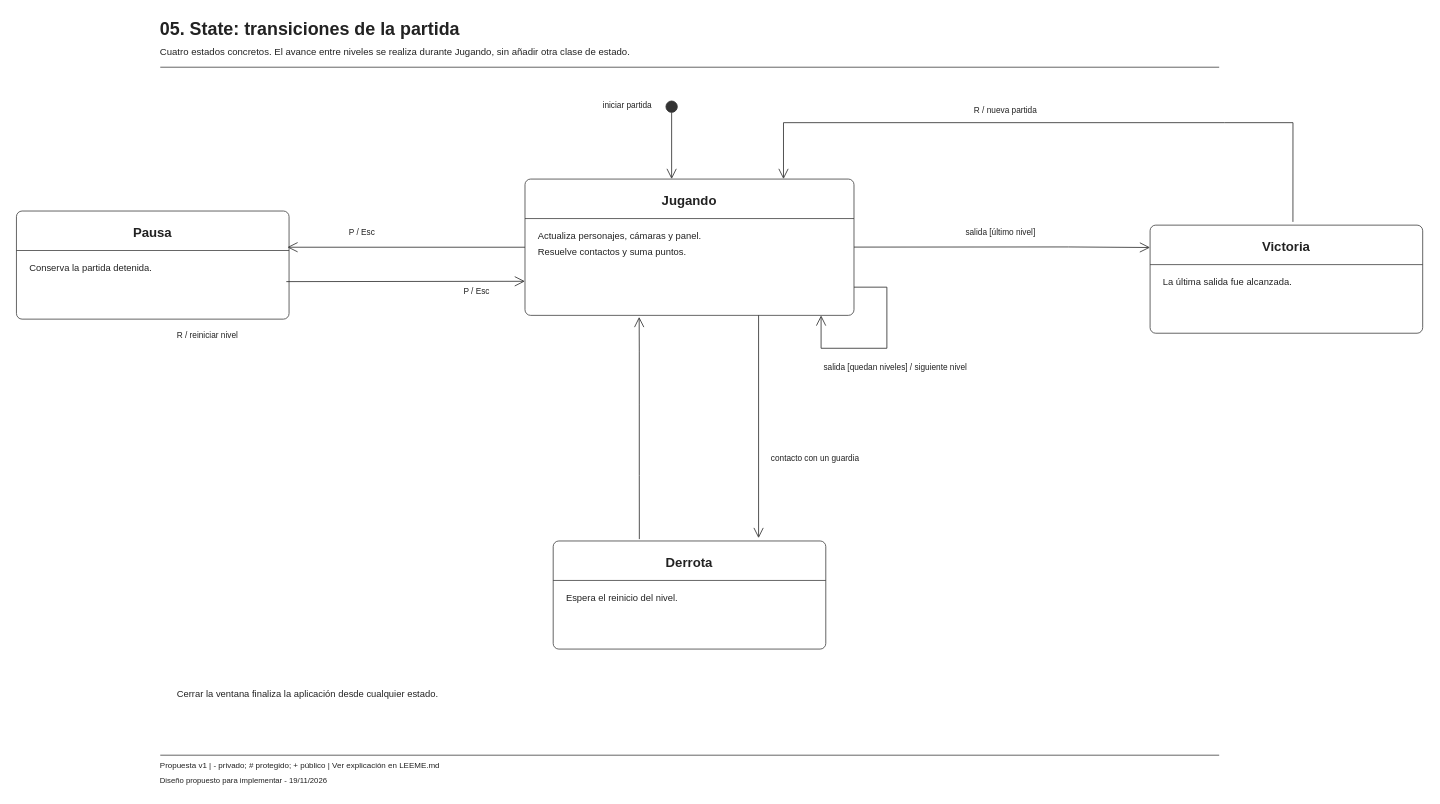
Earlier version of the draw.io diagram diagramas_uml/drawio/05_state_transiciones.drawio (JhosFcL/FugaPrision). Source tidied: cells renumbered, new cells numbered last; positions are measured from the earlier drawing's top-left corner, leaving out a move shared by most shapes. Both pictures are drawn from the tidied source at 94%, with x=0, y=0 at pixel (16, 16).
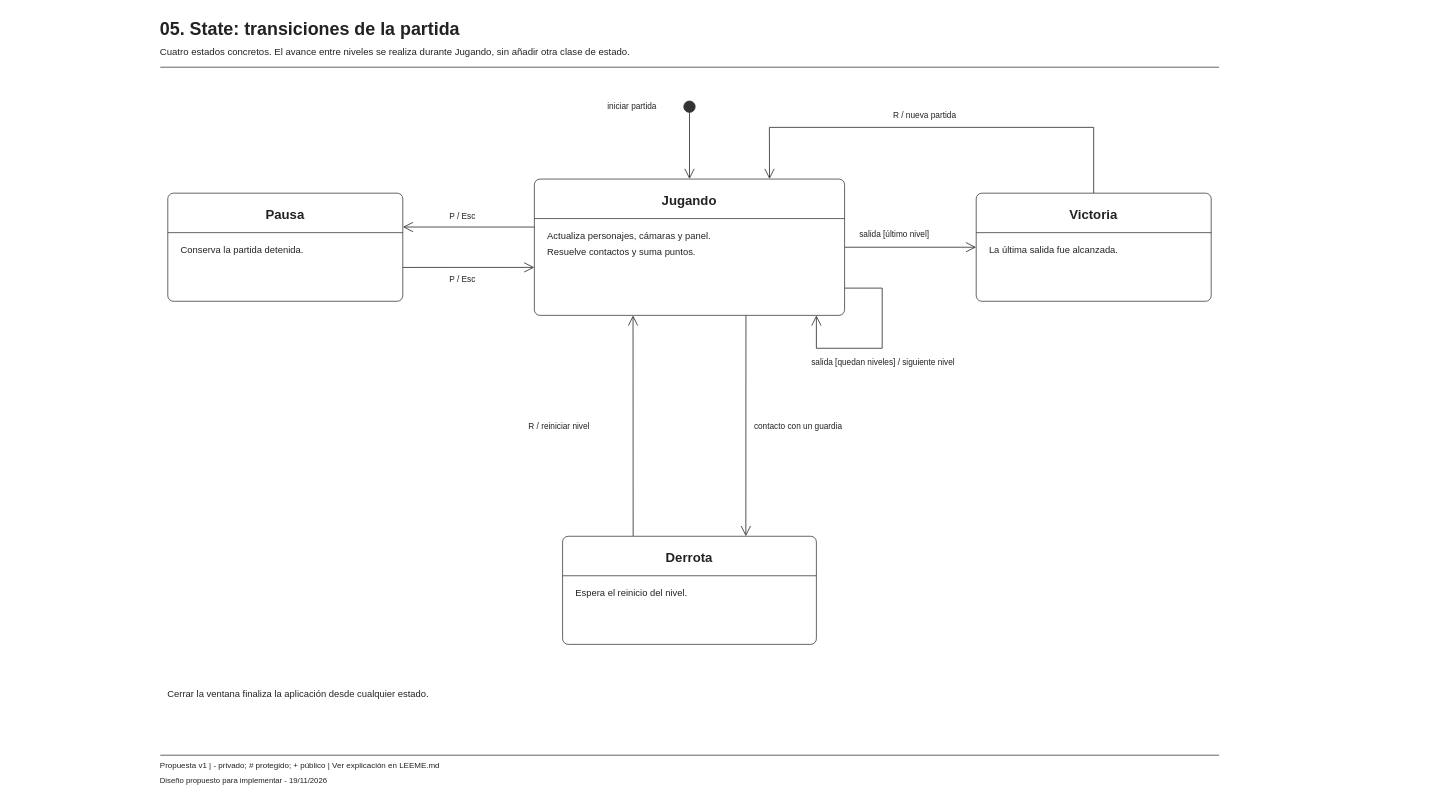
The same diagram, later.

The edit, as a diff of the source:
```diff
@@
-    <mxCell id="2" style="edgeStyle=none;rounded=0;html=0;strokeColor=#333333;strokeWidth=0.9;startArrow=none;endArrow=none;jettySize=0;orthogonalLoop=1;endArrow=open;endFill=0;endSize=9;" parent="1" edge="1">
-      <mxGeometry relative="1" as="geometry">
-        <mxPoint x="697" y="102" as="sourcePoint" />
-        <mxPoint x="697" y="173" as="targetPoint" />
-      </mxGeometry>
+    <mxCell id="2" style="edgeStyle=none;rounded=0;html=0;strokeColor=#333333;strokeWidth=0.9;startArrow=none;endArrow=open;endFill=0;endSize=9;jettySize=0;exitX=0.5;exitY=1;exitDx=0;exitDy=0;entryX=0.5;entryY=0;entryDx=0;entryDy=0;" parent="1" edge="1" source="32" target="11">
+      <mxGeometry relative="1" as="geometry" />
     </mxCell>
-    <mxCell id="3" style="edgeStyle=none;rounded=0;html=0;strokeColor=#333333;strokeWidth=0.9;startArrow=none;endArrow=none;jettySize=0;orthogonalLoop=1;endArrow=open;endFill=0;endSize=9;" parent="1" edge="1">
-      <mxGeometry relative="1" as="geometry">
-        <mxPoint x="789.5" y="315" as="sourcePoint" />
-        <mxPoint x="789.5" y="555" as="targetPoint" />
-      </mxGeometry>
+    <mxCell id="3" style="edgeStyle=none;rounded=0;html=0;strokeColor=#333333;strokeWidth=0.9;startArrow=none;endArrow=open;endFill=0;endSize=9;jettySize=0;exitX=0.682;exitY=1;exitDx=0;exitDy=0;entryX=0.722;entryY=0;entryDx=0;entryDy=0;" parent="1" edge="1" source="11" target="22">
+      <mxGeometry relative="1" as="geometry" />
     </mxCell>
-    <mxCell id="4" style="edgeStyle=none;rounded=0;html=0;strokeColor=#333333;strokeWidth=0.9;startArrow=none;endArrow=none;jettySize=0;endArrow=open;endFill=0;endSize=9;exitX=0.316;exitY=-0.017;exitDx=0;exitDy=0;exitPerimeter=0;entryX=0.347;entryY=1.011;entryDx=0;entryDy=0;entryPerimeter=0;" parent="1" edge="1" source="22" target="11">
-      <mxGeometry x="0.48" relative="1" as="geometry">
-        <Array as="points">
-          <mxPoint x="662.6" y="488.3" />
-          <mxPoint x="662.6" y="413.3" />
-          <mxPoint x="662.6" y="356" />
-        </Array>
-      </mxGeometry>
+    <mxCell id="4" style="edgeStyle=none;rounded=0;html=0;strokeColor=#333333;strokeWidth=0.9;startArrow=none;endArrow=open;endFill=0;endSize=9;jettySize=0;exitX=0.278;exitY=0;exitDx=0;exitDy=0;entryX=0.318;entryY=1;entryDx=0;entryDy=0;" parent="1" edge="1" source="22" target="11">
+      <mxGeometry relative="1" as="geometry" />
     </mxCell>
-    <mxCell id="5" style="edgeStyle=none;rounded=0;html=0;strokeColor=#333333;strokeWidth=0.9;startArrow=none;endArrow=none;jettySize=0;endArrow=open;endFill=0;endSize=9;entryX=-0.011;entryY=0.187;entryDx=0;entryDy=0;entryPerimeter=0;" parent="1" edge="1" source="11">
-      <mxGeometry x="0.32" relative="1" as="geometry">
-        <mxPoint x="1206" y="245.8" as="targetPoint" />
-        <Array as="points">
-          <mxPoint x="1119.2" y="245.2" />
-        </Array>
-      </mxGeometry>
+    <mxCell id="5" style="edgeStyle=none;rounded=0;html=0;strokeColor=#333333;strokeWidth=0.9;startArrow=none;endArrow=open;endFill=0;endSize=9;jettySize=0;exitX=1;exitY=0.5;exitDx=0;exitDy=0;entryX=0;entryY=0.5;entryDx=0;entryDy=0;" parent="1" edge="1" source="11" target="27">
+      <mxGeometry relative="1" as="geometry" />
     </mxCell>
-    <mxCell id="6" style="edgeStyle=none;rounded=0;html=0;strokeColor=#333333;strokeWidth=0.9;startArrow=none;endArrow=none;jettySize=0;endArrow=open;endFill=0;endSize=9;exitX=0.524;exitY=-0.03;exitDx=0;exitDy=0;exitPerimeter=0;" parent="1" edge="1" source="27">
-      <mxGeometry x="-0.3" relative="1" as="geometry">
-        <mxPoint x="816" y="173" as="targetPoint" />
+    <mxCell id="6" style="edgeStyle=none;rounded=0;html=0;strokeColor=#333333;strokeWidth=0.9;startArrow=none;endArrow=open;endFill=0;endSize=9;jettySize=0;exitX=0.5;exitY=0;exitDx=0;exitDy=0;entryX=0.758;entryY=0;entryDx=0;entryDy=0;" parent="1" edge="1" source="27" target="11">
+      <mxGeometry relative="1" as="geometry">
         <Array as="points">
-          <mxPoint x="1358" y="113" />
-          <mxPoint x="1285" y="113" />
-          <mxPoint x="816" y="113" />
+          <mxPoint x="1146" y="118" />
+          <mxPoint x="801" y="118" />
         </Array>
       </mxGeometry>
     </mxCell>
-    <mxCell id="7" style="edgeStyle=none;rounded=0;html=0;strokeColor=#333333;strokeWidth=0.9;startArrow=none;endArrow=none;jettySize=0;orthogonalLoop=1;endArrow=open;endFill=0;endSize=9;" parent="1" edge="1">
+    <mxCell id="7" style="edgeStyle=none;rounded=0;html=0;strokeColor=#333333;strokeWidth=0.9;startArrow=none;endArrow=open;endFill=0;endSize=9;jettySize=0;orthogonalLoop=1;exitX=1;exitY=0.8;exitDx=0;exitDy=0;entryX=0.909;entryY=1;entryDx=0;entryDy=0;" parent="1" edge="1" source="11" target="11">
       <mxGeometry relative="1" as="geometry">
-        <mxPoint x="891" y="288" as="sourcePoint" />
-        <mxPoint x="856" y="318" as="targetPoint" />
         <Array as="points">
-          <mxPoint x="926" y="288" />
-          <mxPoint x="926" y="353" />
-          <mxPoint x="856" y="353" />
+          <mxPoint x="921" y="289" />
+          <mxPoint x="921" y="353" />
+          <mxPoint x="851" y="353" />
         </Array>
       </mxGeometry>
     </mxCell>
@@
     <mxCell id="11" style="group;html=0;" parent="1" vertex="1">
-      <mxGeometry x="541" y="173" width="350" height="145" as="geometry" />
+      <mxGeometry x="551" y="173" width="330" height="145" as="geometry" />
     </mxCell>
     <mxCell id="12" style="rounded=1;arcSize=12;absoluteArcSize=1;fillColor=#ffffff;strokeColor=#333333;strokeWidth=0.8;" parent="11" vertex="1">
-      <mxGeometry width="350" height="145" as="geometry" />
+      <mxGeometry width="330" height="145" as="geometry" />
     </mxCell>
     <mxCell id="13" value="Jugando" style="text;html=0;whiteSpace=wrap;align=center;verticalAlign=middle;fontFamily=Arial;fontSize=14;fontStyle=1;strokeColor=none;fillColor=none;fontColor=#222222;spacing=0;" parent="11" vertex="1">
-      <mxGeometry y="8" width="350" height="30" as="geometry" />
+      <mxGeometry y="8" width="330" height="30" as="geometry" />
     </mxCell>
     <mxCell id="14" style="edgeStyle=none;endArrow=none;startArrow=none;strokeColor=#333333;strokeWidth=0.8;" parent="11" edge="1">
       <mxGeometry relative="1" as="geometry">
         <mxPoint y="42" as="sourcePoint" />
-        <mxPoint x="350" y="42" as="targetPoint" />
+        <mxPoint x="330" y="42" as="targetPoint" />
       </mxGeometry>
     </mxCell>
     <mxCell id="15" value="Actualiza personajes, cámaras y panel." style="text;html=0;whiteSpace=wrap;align=left;verticalAlign=middle;fontFamily=Arial;fontSize=10;fontStyle=0;strokeColor=none;fillColor=none;fontColor=#222222;spacing=0;" parent="11" vertex="1">
-      <mxGeometry x="14" y="51" width="322" height="18" as="geometry" />
+      <mxGeometry x="14" y="51" width="302" height="18" as="geometry" />
     </mxCell>
     <mxCell id="16" value="Resuelve contactos y suma puntos." style="text;html=0;whiteSpace=wrap;align=left;verticalAlign=middle;fontFamily=Arial;fontSize=10;fontStyle=0;strokeColor=none;fillColor=none;fontColor=#222222;spacing=0;" parent="11" vertex="1">
-      <mxGeometry x="14" y="68" width="322" height="18" as="geometry" />
+      <mxGeometry x="14" y="68" width="302" height="18" as="geometry" />
     </mxCell>
     <mxCell id="17" style="group;html=0;" parent="1" vertex="1">
-      <mxGeometry y="207" width="290" height="115" as="geometry" />
+      <mxGeometry x="161" y="188" width="250" height="115" as="geometry" />
     </mxCell>
     <mxCell id="18" style="rounded=1;arcSize=12;absoluteArcSize=1;fillColor=#ffffff;strokeColor=#333333;strokeWidth=0.8;" parent="17" vertex="1">
-      <mxGeometry width="290" height="115" as="geometry" />
+      <mxGeometry width="250" height="115" as="geometry" />
     </mxCell>
     <mxCell id="19" value="Pausa" style="text;html=0;whiteSpace=wrap;align=center;verticalAlign=middle;fontFamily=Arial;fontSize=14;fontStyle=1;strokeColor=none;fillColor=none;fontColor=#222222;spacing=0;" parent="17" vertex="1">
-      <mxGeometry y="8" width="290" height="30" as="geometry" />
+      <mxGeometry y="8" width="250" height="30" as="geometry" />
     </mxCell>
     <mxCell id="20" style="edgeStyle=none;endArrow=none;startArrow=none;strokeColor=#333333;strokeWidth=0.8;" parent="17" edge="1">
       <mxGeometry relative="1" as="geometry">
         <mxPoint y="42" as="sourcePoint" />
-        <mxPoint x="290" y="42" as="targetPoint" />
+        <mxPoint x="250" y="42" as="targetPoint" />
       </mxGeometry>
     </mxCell>
     <mxCell id="21" value="Conserva la partida detenida." style="text;html=0;whiteSpace=wrap;align=left;verticalAlign=middle;fontFamily=Arial;fontSize=10;fontStyle=0;strokeColor=none;fillColor=none;fontColor=#222222;spacing=0;" parent="17" vertex="1">
-      <mxGeometry x="14" y="51" width="262" height="18" as="geometry" />
+      <mxGeometry x="14" y="51" width="222" height="18" as="geometry" />
     </mxCell>
     <mxCell id="22" style="group;html=0;" parent="1" vertex="1">
-      <mxGeometry x="571" y="558" width="290" height="115" as="geometry" />
+      <mxGeometry x="581" y="553" width="270" height="115" as="geometry" />
     </mxCell>
     <mxCell id="23" style="rounded=1;arcSize=12;absoluteArcSize=1;fillColor=#ffffff;strokeColor=#333333;strokeWidth=0.8;" parent="22" vertex="1">
-      <mxGeometry width="290" height="115" as="geometry" />
+      <mxGeometry width="270" height="115" as="geometry" />
     </mxCell>
     <mxCell id="24" value="Derrota" style="text;html=0;whiteSpace=wrap;align=center;verticalAlign=middle;fontFamily=Arial;fontSize=14;fontStyle=1;strokeColor=none;fillColor=none;fontColor=#222222;spacing=0;" parent="22" vertex="1">
-      <mxGeometry y="8" width="290" height="30" as="geometry" />
+      <mxGeometry y="8" width="270" height="30" as="geometry" />
     </mxCell>
     <mxCell id="25" style="edgeStyle=none;endArrow=none;startArrow=none;strokeColor=#333333;strokeWidth=0.8;" parent="22" edge="1">
       <mxGeometry relative="1" as="geometry">
         <mxPoint y="42" as="sourcePoint" />
-        <mxPoint x="290" y="42" as="targetPoint" />
+        <mxPoint x="270" y="42" as="targetPoint" />
       </mxGeometry>
     </mxCell>
     <mxCell id="26" value="Espera el reinicio del nivel." style="text;html=0;whiteSpace=wrap;align=left;verticalAlign=middle;fontFamily=Arial;fontSize=10;fontStyle=0;strokeColor=none;fillColor=none;fontColor=#222222;spacing=0;" parent="22" vertex="1">
-      <mxGeometry x="14" y="51" width="262" height="18" as="geometry" />
+      <mxGeometry x="14" y="51" width="242" height="18" as="geometry" />
     </mxCell>
     <mxCell id="27" style="group;html=0;" parent="1" vertex="1">
-      <mxGeometry x="1206" y="222" width="290" height="115" as="geometry" />
+      <mxGeometry x="1021" y="188" width="250" height="115" as="geometry" />
     </mxCell>
     <mxCell id="28" style="rounded=1;arcSize=12;absoluteArcSize=1;fillColor=#ffffff;strokeColor=#333333;strokeWidth=0.8;" parent="27" vertex="1">
-      <mxGeometry width="290" height="115" as="geometry" />
+      <mxGeometry width="250" height="115" as="geometry" />
     </mxCell>
     <mxCell id="29" value="Victoria" style="text;html=0;whiteSpace=wrap;align=center;verticalAlign=middle;fontFamily=Arial;fontSize=14;fontStyle=1;strokeColor=none;fillColor=none;fontColor=#222222;spacing=0;" parent="27" vertex="1">
-      <mxGeometry y="8" width="290" height="30" as="geometry" />
+      <mxGeometry y="8" width="250" height="30" as="geometry" />
     </mxCell>
     <mxCell id="30" style="edgeStyle=none;endArrow=none;startArrow=none;strokeColor=#333333;strokeWidth=0.8;" parent="27" edge="1">
       <mxGeometry relative="1" as="geometry">
         <mxPoint y="42" as="sourcePoint" />
-        <mxPoint x="290" y="42" as="targetPoint" />
+        <mxPoint x="250" y="42" as="targetPoint" />
       </mxGeometry>
     </mxCell>
     <mxCell id="31" value="La última salida fue alcanzada." style="text;html=0;whiteSpace=wrap;align=left;verticalAlign=middle;fontFamily=Arial;fontSize=10;fontStyle=0;strokeColor=none;fillColor=none;fontColor=#222222;spacing=0;" parent="27" vertex="1">
-      <mxGeometry x="14" y="51" width="262" height="18" as="geometry" />
+      <mxGeometry x="14" y="51" width="222" height="18" as="geometry" />
     </mxCell>
     <mxCell id="32" style="shape=ellipse;fillColor=#333333;strokeColor=#333333;" parent="1" vertex="1">
-      <mxGeometry x="691" y="90" width="12" height="12" as="geometry" />
+      <mxGeometry x="710" y="90" width="12" height="12" as="geometry" />
     </mxCell>
     <mxCell id="33" value="Cerrar la ventana finaliza la aplicación desde cualquier estado." style="text;html=0;whiteSpace=wrap;align=left;verticalAlign=middle;fontFamily=Arial;fontSize=10;fontStyle=0;strokeColor=none;fillColor=none;fontColor=#222222;spacing=0;" parent="1" vertex="1">
-      <mxGeometry x="171" y="711" width="1115.5" height="18" as="geometry" />
+      <mxGeometry x="161" y="711" width="1110" height="18" as="geometry" />
     </mxCell>
     <mxCell id="34" value="iniciar partida" style="text;html=0;whiteSpace=wrap;align=left;verticalAlign=middle;fontFamily=Arial;fontSize=8.8;fontStyle=0;strokeColor=none;fillColor=none;fontColor=#222222;spacing=0;fillColor=#ffffff;" parent="1" vertex="1">
-      <mxGeometry x="624" y="87" width="59" height="15" as="geometry" />
+      <mxGeometry x="629" y="88" width="74" height="15" as="geometry" />
     </mxCell>
     <mxCell id="35" value="P / Esc" style="text;html=0;whiteSpace=wrap;align=left;verticalAlign=middle;fontFamily=Arial;fontSize=8.8;fontStyle=0;strokeColor=none;fillColor=none;fontColor=#222222;spacing=0;fillColor=#ffffff;" parent="1" vertex="1">
-      <mxGeometry x="354" y="222" width="33" height="15" as="geometry" />
+      <mxGeometry x="461" y="205" width="42" height="15" as="geometry" />
     </mxCell>
     <mxCell id="36" value="P / Esc" style="text;html=0;whiteSpace=wrap;align=left;verticalAlign=middle;fontFamily=Arial;fontSize=8.8;fontStyle=0;strokeColor=none;fillColor=none;fontColor=#222222;spacing=0;fillColor=#ffffff;" parent="1" vertex="1">
-      <mxGeometry x="476" y="285" width="38" height="15" as="geometry" />
+      <mxGeometry x="461" y="272" width="42" height="15" as="geometry" />
     </mxCell>
     <mxCell id="37" value="contacto con un guardia" style="text;html=0;whiteSpace=wrap;align=left;verticalAlign=middle;fontFamily=Arial;fontSize=8.8;fontStyle=0;strokeColor=none;fillColor=none;fontColor=#222222;spacing=0;fillColor=#ffffff;" parent="1" vertex="1">
-      <mxGeometry x="803" y="462" width="121.3" height="15" as="geometry" />
+      <mxGeometry x="785" y="428" width="130" height="15" as="geometry" />
     </mxCell>
     <mxCell id="38" value="R / reiniciar nivel" style="text;html=0;whiteSpace=wrap;align=left;verticalAlign=middle;fontFamily=Arial;fontSize=8.8;fontStyle=0;strokeColor=none;fillColor=none;fontColor=#222222;spacing=0;fillColor=#ffffff;" parent="1" vertex="1">
-      <mxGeometry x="171" y="332" width="100.9" height="15" as="geometry" />
+      <mxGeometry x="545" y="428" width="102" height="15" as="geometry" />
     </mxCell>
     <mxCell id="39" value="salida [último nivel]" style="text;html=0;whiteSpace=wrap;align=left;verticalAlign=middle;fontFamily=Arial;fontSize=8.8;fontStyle=0;strokeColor=none;fillColor=none;fontColor=#222222;spacing=0;fillColor=#ffffff;" parent="1" vertex="1">
-      <mxGeometry x="1010" y="222.5" width="74" height="15" as="geometry" />
+      <mxGeometry x="897" y="224" width="108" height="15" as="geometry" />
     </mxCell>
     <mxCell id="40" value="R / nueva partida" style="text;html=0;whiteSpace=wrap;align=left;verticalAlign=middle;fontFamily=Arial;fontSize=8.8;fontStyle=0;strokeColor=none;fillColor=none;fontColor=#222222;spacing=0;fillColor=#ffffff;" parent="1" vertex="1">
-      <mxGeometry x="1019" y="92" width="90.7" height="15" as="geometry" />
+      <mxGeometry x="933" y="98" width="96" height="15" as="geometry" />
     </mxCell>
     <mxCell id="41" value="salida [quedan niveles] / siguiente nivel" style="text;html=0;whiteSpace=wrap;align=left;verticalAlign=middle;fontFamily=Arial;fontSize=8.8;fontStyle=0;strokeColor=none;fillColor=none;fontColor=#222222;spacing=0;fillColor=#ffffff;" parent="1" vertex="1">
-      <mxGeometry x="859" y="366" width="160" height="15" as="geometry" />
+      <mxGeometry x="846" y="360" width="215" height="15" as="geometry" />
     </mxCell>
@@
-    <mxCell id="45" style="edgeStyle=none;rounded=0;html=0;strokeColor=#333333;strokeWidth=0.9;startArrow=none;endArrow=none;jettySize=0;endArrow=open;endFill=0;endSize=9;exitX=0;exitY=0.5;exitDx=0;exitDy=0;" parent="1" edge="1" source="11">
-      <mxGeometry relative="1" as="geometry">
-        <mxPoint x="288.2" y="245.5" as="targetPoint" />
-      </mxGeometry>
+    <mxCell id="45" style="edgeStyle=none;rounded=0;html=0;strokeColor=#333333;strokeWidth=0.9;startArrow=none;endArrow=open;endFill=0;endSize=9;jettySize=0;exitX=0;exitY=0.352;exitDx=0;exitDy=0;entryX=1;entryY=0.313;entryDx=0;entryDy=0;" parent="1" edge="1" source="11" target="17">
+      <mxGeometry relative="1" as="geometry" />
     </mxCell>
-    <mxCell id="46" style="edgeStyle=none;rounded=0;html=0;strokeColor=#333333;strokeWidth=0.9;startArrow=none;endArrow=none;jettySize=0;endArrow=open;endFill=0;endSize=9;entryX=0;entryY=0.75;entryDx=0;entryDy=0;exitX=0.99;exitY=0.653;exitDx=0;exitDy=0;exitPerimeter=0;" parent="1" edge="1" source="17" target="11">
+    <mxCell id="46" style="edgeStyle=none;rounded=0;html=0;strokeColor=#333333;strokeWidth=0.9;startArrow=none;endArrow=open;endFill=0;endSize=9;jettySize=0;exitX=1;exitY=0.687;exitDx=0;exitDy=0;entryX=0;entryY=0.648;entryDx=0;entryDy=0;" parent="1" edge="1" source="17" target="11">
       <mxGeometry relative="1" as="geometry" />
     </mxCell>
```
